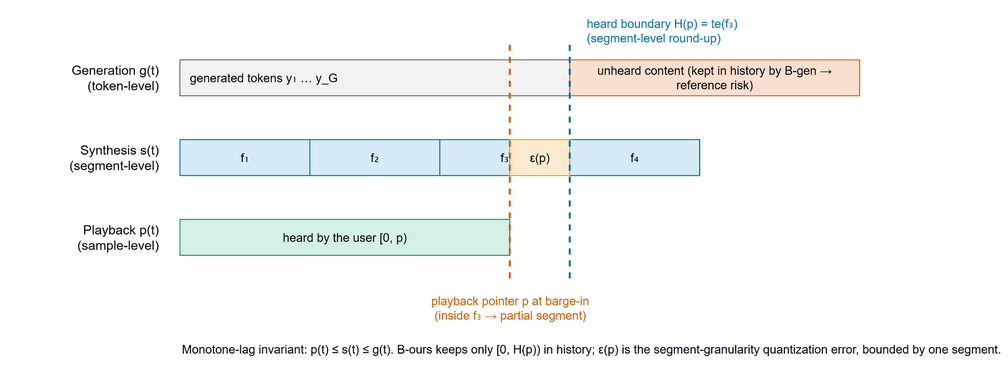
The draw.io diagram paper2/figures/fig3_1_en.png in hua0424/streamllm, before a commit. Source tidied: cells renumbered, new cells last; positions are measured from the earlier drawing's top-left corner, leaving out a move shared by most shapes.
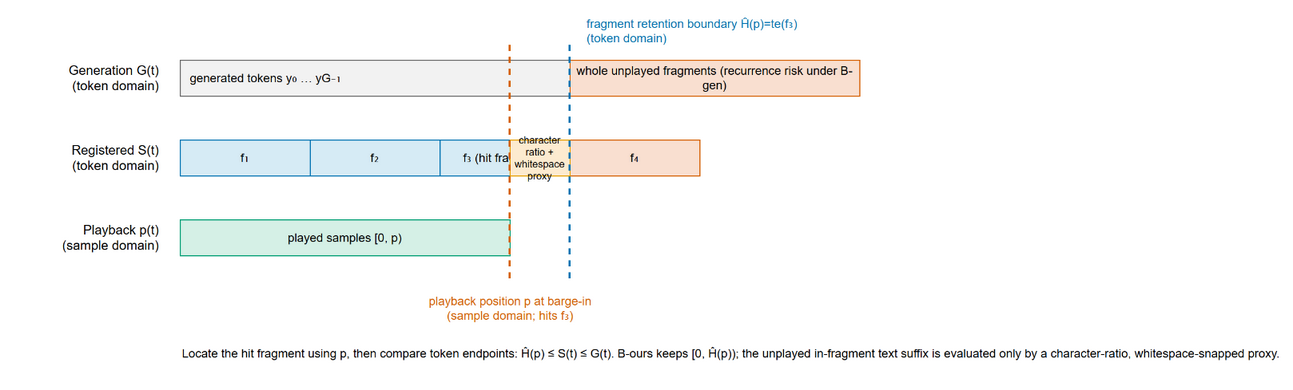
After the change.

The edit, as a diff of the source:
```diff
@@ -2,19 +2,19 @@
   <root>
     <mxCell id="0" />
     <mxCell id="1" parent="0" />
-    <mxCell id="2" value="Generation g(t)&#10;(token-level)" style="text;html=1;align=right;verticalAlign=middle;fontSize=13;" parent="1" vertex="1">
+    <mxCell id="2" value="Generation G(t)&#10;(token domain)" style="text;html=1;align=right;verticalAlign=middle;fontSize=13;" parent="1" vertex="1">
       <mxGeometry y="50" width="150" height="36" as="geometry" />
     </mxCell>
-    <mxCell id="3" value="Synthesis s(t)&#10;(segment-level)" style="text;html=1;align=right;verticalAlign=middle;fontSize=13;" parent="1" vertex="1">
+    <mxCell id="3" value="Registered S(t)&#10;(token domain)" style="text;html=1;align=right;verticalAlign=middle;fontSize=13;" parent="1" vertex="1">
       <mxGeometry y="130" width="150" height="36" as="geometry" />
     </mxCell>
-    <mxCell id="4" value="Playback p(t)&#10;(sample-level)" style="text;html=1;align=right;verticalAlign=middle;fontSize=13;" parent="1" vertex="1">
+    <mxCell id="4" value="Playback p(t)&#10;(sample domain)" style="text;html=1;align=right;verticalAlign=middle;fontSize=13;" parent="1" vertex="1">
       <mxGeometry y="210" width="150" height="36" as="geometry" />
     </mxCell>
-    <mxCell id="5" value="generated tokens  y₁ … y_G" style="rounded=0;whiteSpace=wrap;html=1;fillColor=#F2F2F2;strokeColor=#666666;fontSize=12;align=left;spacingLeft=8;" parent="1" vertex="1">
+    <mxCell id="5" value="generated tokens  y₀ … yG₋₁" style="rounded=0;whiteSpace=wrap;html=1;fillColor=#F2F2F2;strokeColor=#666666;fontSize=12;align=left;spacingLeft=8;" parent="1" vertex="1">
       <mxGeometry x="170" y="50" width="680" height="36" as="geometry" />
     </mxCell>
-    <mxCell id="6" value="unheard content (kept in history by B-gen → reference risk)" style="rounded=0;whiteSpace=wrap;html=1;fillColor=#F9DFD0;strokeColor=#D55E00;fontSize=12;" parent="1" vertex="1">
+    <mxCell id="6" value="whole unplayed fragments (recurrence risk under B-gen)" style="rounded=0;whiteSpace=wrap;html=1;fillColor=#F9DFD0;strokeColor=#D55E00;fontSize=12;" parent="1" vertex="1">
       <mxGeometry x="560" y="50" width="290" height="36" as="geometry" />
     </mxCell>
     <mxCell id="7" value="f₁" style="rounded=0;whiteSpace=wrap;html=1;fillColor=#D6EBF5;strokeColor=#0072B2;fontSize=12;" parent="1" vertex="1">
@@ -23,16 +23,16 @@
     <mxCell id="8" value="f₂" style="rounded=0;whiteSpace=wrap;html=1;fillColor=#D6EBF5;strokeColor=#0072B2;fontSize=12;" parent="1" vertex="1">
       <mxGeometry x="300" y="130" width="130" height="36" as="geometry" />
     </mxCell>
-    <mxCell id="9" value="f₃" style="rounded=0;whiteSpace=wrap;html=1;fillColor=#D6EBF5;strokeColor=#0072B2;fontSize=12;" parent="1" vertex="1">
+    <mxCell id="9" value="f₃ (hit fragment)" style="rounded=0;whiteSpace=wrap;html=1;fillColor=#D6EBF5;strokeColor=#0072B2;fontSize=12;" parent="1" vertex="1">
       <mxGeometry x="430" y="130" width="130" height="36" as="geometry" />
     </mxCell>
-    <mxCell id="10" value="f₄" style="rounded=0;whiteSpace=wrap;html=1;fillColor=#D6EBF5;strokeColor=#0072B2;fontSize=12;" parent="1" vertex="1">
+    <mxCell id="10" value="f₄" style="rounded=0;whiteSpace=wrap;html=1;fillColor=#F9DFD0;strokeColor=#D55E00;fontSize=12;" parent="1" vertex="1">
       <mxGeometry x="560" y="130" width="130" height="36" as="geometry" />
     </mxCell>
-    <mxCell id="11" value="ε(p)" style="rounded=0;whiteSpace=wrap;html=1;fillColor=#FDEBD0;strokeColor=#E69F00;fontSize=12;" parent="1" vertex="1">
-      <mxGeometry x="500" y="130" width="60" height="36" as="geometry" />
-    </mxCell>
+    <mxCell id="18" value="character ratio +&#10;whitespace proxy" style="rounded=0;whiteSpace=wrap;html=1;fillColor=#FDEBD0;strokeColor=#E69F00;fontSize=10;" parent="1" vertex="1">
+      <mxGeometry x="500" y="130" width="60" height="36" as="geometry" />
+    </mxCell>
-    <mxCell id="12" value="heard by the user  [0, p)" style="rounded=0;whiteSpace=wrap;html=1;fillColor=#D5F0E6;strokeColor=#009E73;fontSize=12;" parent="1" vertex="1">
+    <mxCell id="12" value="played samples  [0, p)" style="rounded=0;whiteSpace=wrap;html=1;fillColor=#D5F0E6;strokeColor=#009E73;fontSize=12;" parent="1" vertex="1">
       <mxGeometry x="170" y="210" width="330" height="36" as="geometry" />
     </mxCell>
     <mxCell id="13" style="endArrow=none;dashed=1;strokeColor=#D55E00;strokeWidth=2;" parent="1" edge="1">
@@ -41,7 +41,7 @@
         <mxPoint x="500" y="275" as="targetPoint" />
       </mxGeometry>
     </mxCell>
-    <mxCell id="14" value="playback pointer p at barge-in&#10;(inside f₃ → partial segment)" style="text;html=1;align=center;verticalAlign=top;fontSize=12;fontColor=#D55E00;" parent="1" vertex="1">
+    <mxCell id="14" value="playback position p at barge-in&#10;(sample domain; hits f₃)" style="text;html=1;align=center;verticalAlign=top;fontSize=12;fontColor=#D55E00;" parent="1" vertex="1">
       <mxGeometry x="360" y="278" width="280" height="36" as="geometry" />
     </mxCell>
     <mxCell id="15" style="endArrow=none;dashed=1;strokeColor=#0072B2;strokeWidth=2;" parent="1" edge="1">
@@ -50,11 +50,11 @@
         <mxPoint x="560" y="275" as="targetPoint" />
       </mxGeometry>
     </mxCell>
-    <mxCell id="16" value="heard boundary H(p) = te(f₃)&#10;(segment-level round-up)" style="text;html=1;align=left;verticalAlign=top;fontSize=12;fontColor=#0072B2;" parent="1" vertex="1">
+    <mxCell id="16" value="fragment retention boundary Ĥ(p)=te(f₃)&#10;(token domain)" style="text;html=1;align=left;verticalAlign=top;fontSize=12;fontColor=#0072B2;" parent="1" vertex="1">
       <mxGeometry x="575" width="270" height="34" as="geometry" />
     </mxCell>
-    <mxCell id="17" value="Monotone-lag invariant: p(t) ≤ s(t) ≤ g(t).  B-ours keeps only [0, H(p)) in history; ε(p) is the segment-granularity quantization error, bounded by one segment." style="text;html=1;align=left;verticalAlign=middle;fontSize=12;" parent="1" vertex="1">
-      <mxGeometry x="170" y="320" width="690" height="40" as="geometry" />
+    <mxCell id="17" value="Locate the hit fragment using p, then compare token endpoints: Ĥ(p) ≤ S(t) ≤ G(t). B-ours keeps [0, Ĥ(p)); the unplayed in-fragment text suffix is evaluated only by a character-ratio, whitespace-snapped proxy." style="text;html=1;align=left;verticalAlign=middle;fontSize=12;" parent="1" vertex="1">
+      <mxGeometry x="170" y="320" width="690" height="48" as="geometry" />
     </mxCell>
   </root>
 </mxGraphModel>
```
